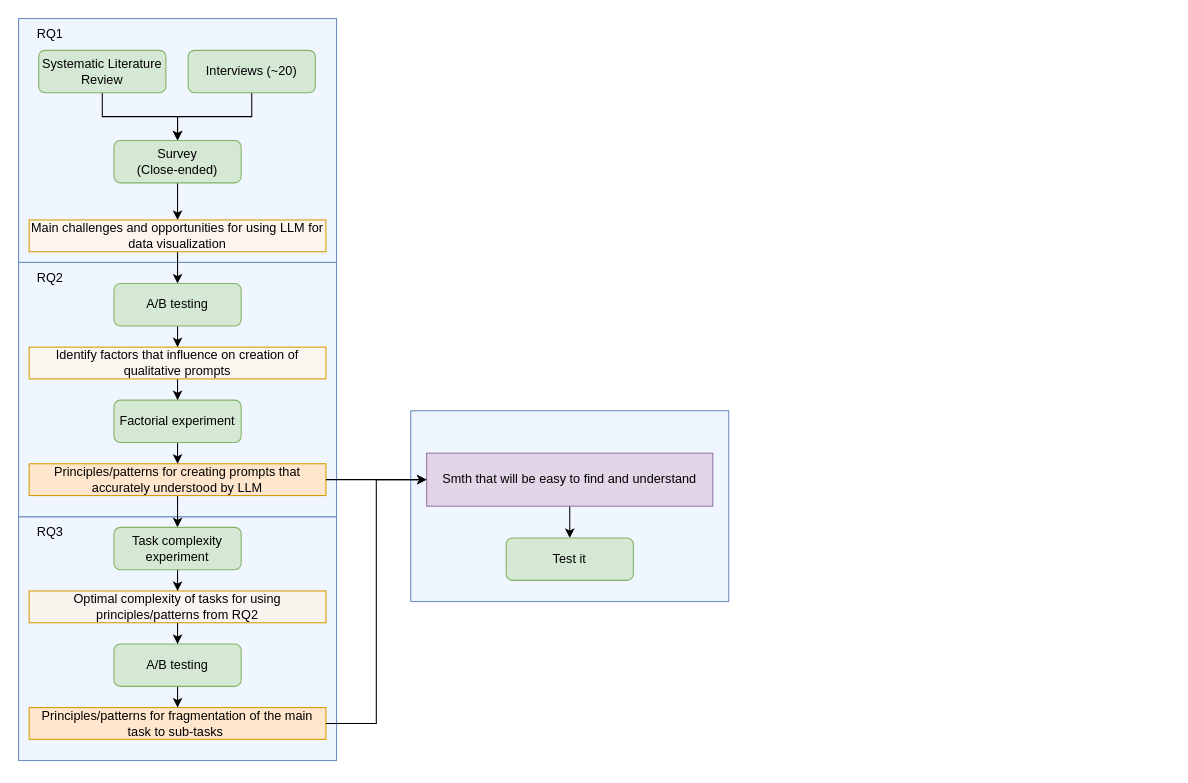
Earlier version of the draw.io diagram methodology.drawio (Olshanskaya/phd-draw-io). Source tidied: cells renumbered, new cells numbered last; positions are measured from the earlier drawing's top-left corner, leaving out a move shared by most shapes. Both pictures are drawn from the tidied source at 106%, with x=0, y=0 at pixel (18, 18).
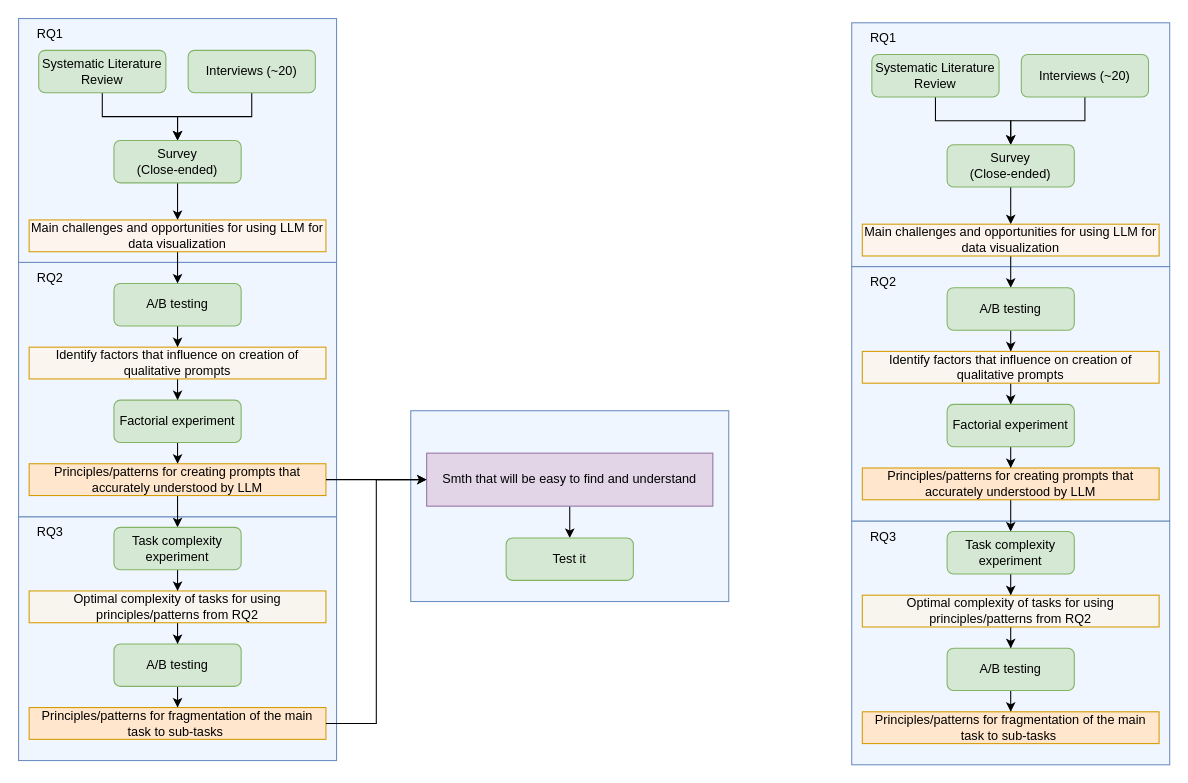
The same page after the edit.

Diff of the diagram source:
```diff
@@
+    <mxCell id="37" style="rounded=0;whiteSpace=wrap;html=1;fillColor=light-dark(#F0F6FF,#F0F6FF);strokeColor=#6c8ebf;" parent="1" vertex="1">
+      <mxGeometry x="786" y="474" width="300" height="230" as="geometry" />
+    </mxCell>
+    <mxCell id="38" style="rounded=0;whiteSpace=wrap;html=1;fillColor=light-dark(#F0F6FF,#F0F6FF);strokeColor=#6c8ebf;" parent="1" vertex="1">
+      <mxGeometry x="786" y="234" width="300" height="240" as="geometry" />
+    </mxCell>
+    <mxCell id="39" style="rounded=0;whiteSpace=wrap;html=1;fillColor=light-dark(#F0F6FF,#F0F6FF);strokeColor=#6c8ebf;" parent="1" vertex="1">
+      <mxGeometry x="786" y="4" width="300" height="230" as="geometry" />
+    </mxCell>
+    <mxCell id="40" style="edgeStyle=orthogonalEdgeStyle;rounded=0;jettySize=auto;html=1;entryX=0.5;entryY=0;entryDx=0;entryDy=0;" parent="1" edge="1" source="41" target="45">
+      <mxGeometry relative="1" as="geometry" />
+    </mxCell>
+    <mxCell id="41" value="Systematic Literature Review" style="rounded=1;whiteSpace=wrap;html=1;fontSize=12;glass=0;strokeWidth=1;shadow=0;fillColor=#d5e8d4;strokeColor=#82b366;" parent="1" vertex="1">
+      <mxGeometry x="805" y="34" width="120" height="40" as="geometry" />
+    </mxCell>
+    <mxCell id="42" style="edgeStyle=orthogonalEdgeStyle;rounded=0;jettySize=auto;html=1;entryX=0.5;entryY=0;entryDx=0;entryDy=0;" parent="1" edge="1" source="43" target="45">
+      <mxGeometry relative="1" as="geometry" />
+    </mxCell>
+    <mxCell id="43" value="Interviews (~20)" style="rounded=1;whiteSpace=wrap;html=1;fontSize=12;glass=0;strokeWidth=1;shadow=0;fillColor=#d5e8d4;strokeColor=#82b366;" parent="1" vertex="1">
+      <mxGeometry x="946" y="34" width="120" height="40" as="geometry" />
+    </mxCell>
+    <mxCell id="44" style="edgeStyle=orthogonalEdgeStyle;rounded=0;jettySize=auto;html=1;" parent="1" edge="1" source="45" target="48">
+      <mxGeometry relative="1" as="geometry" />
+    </mxCell>
+    <mxCell id="45" value="Survey&lt;div&gt;(Close-ended)&lt;/div&gt;" style="rounded=1;whiteSpace=wrap;html=1;fontSize=12;glass=0;strokeWidth=1;shadow=0;fillColor=#d5e8d4;strokeColor=#82b366;" parent="1" vertex="1">
+      <mxGeometry x="876" y="119" width="120" height="40" as="geometry" />
+    </mxCell>
+    <mxCell id="46" value="RQ1" style="text;html=1;align=center;verticalAlign=middle;whiteSpace=wrap;rounded=0;" parent="1" vertex="1">
+      <mxGeometry x="786" y="4" width="60" height="30" as="geometry" />
+    </mxCell>
+    <mxCell id="47" style="edgeStyle=orthogonalEdgeStyle;rounded=0;jettySize=auto;html=1;entryX=0.5;entryY=0;entryDx=0;entryDy=0;" parent="1" edge="1" source="48" target="50">
+      <mxGeometry relative="1" as="geometry" />
+    </mxCell>
+    <mxCell id="48" value="Main challenges and opportunities for using LLM for data visualization" style="rounded=0;whiteSpace=wrap;html=1;fillColor=light-dark(#fdf5ed, #36210a);strokeColor=#d79b00;gradientColor=none;" parent="1" vertex="1">
+      <mxGeometry x="796" y="194" width="280" height="30" as="geometry" />
+    </mxCell>
+    <mxCell id="49" style="edgeStyle=orthogonalEdgeStyle;rounded=0;jettySize=auto;html=1;" parent="1" edge="1" source="50" target="52">
+      <mxGeometry relative="1" as="geometry" />
+    </mxCell>
+    <mxCell id="50" value="A/B testing" style="rounded=1;whiteSpace=wrap;html=1;fontSize=12;glass=0;strokeWidth=1;shadow=0;fillColor=#d5e8d4;strokeColor=#82b366;" parent="1" vertex="1">
+      <mxGeometry x="876" y="254" width="120" height="40" as="geometry" />
+    </mxCell>
+    <mxCell id="51" style="edgeStyle=orthogonalEdgeStyle;rounded=0;jettySize=auto;html=1;" parent="1" edge="1" source="52" target="54">
+      <mxGeometry relative="1" as="geometry" />
+    </mxCell>
+    <mxCell id="52" value="Identify factors that influence on creation of qualitative prompts" style="rounded=0;whiteSpace=wrap;html=1;fillColor=light-dark(#faf5ee, #36210a);strokeColor=#d79b00;" parent="1" vertex="1">
+      <mxGeometry x="796" y="314" width="280" height="30" as="geometry" />
+    </mxCell>
+    <mxCell id="53" style="edgeStyle=orthogonalEdgeStyle;rounded=0;jettySize=auto;html=1;" parent="1" edge="1" source="54" target="56">
+      <mxGeometry relative="1" as="geometry" />
+    </mxCell>
+    <mxCell id="54" value="Factorial experiment" style="rounded=1;whiteSpace=wrap;html=1;fontSize=12;glass=0;strokeWidth=1;shadow=0;fillColor=#d5e8d4;strokeColor=#82b366;" parent="1" vertex="1">
+      <mxGeometry x="876" y="364" width="120" height="40" as="geometry" />
+    </mxCell>
+    <mxCell id="55" style="edgeStyle=orthogonalEdgeStyle;rounded=0;jettySize=auto;html=1;" parent="1" edge="1" source="56" target="59">
+      <mxGeometry relative="1" as="geometry" />
+    </mxCell>
+    <mxCell id="56" value="Principles/patterns for creating prompts that accurately understood by LLM" style="rounded=0;whiteSpace=wrap;html=1;fillColor=#ffe6cc;strokeColor=#d79b00;" parent="1" vertex="1">
+      <mxGeometry x="796" y="424" width="280" height="30" as="geometry" />
+    </mxCell>
+    <mxCell id="57" value="RQ2" style="text;html=1;align=center;verticalAlign=middle;whiteSpace=wrap;rounded=0;" parent="1" vertex="1">
+      <mxGeometry x="786" y="234" width="60" height="30" as="geometry" />
+    </mxCell>
+    <mxCell id="58" style="edgeStyle=orthogonalEdgeStyle;rounded=0;jettySize=auto;html=1;" parent="1" edge="1" source="59" target="61">
+      <mxGeometry relative="1" as="geometry" />
+    </mxCell>
+    <mxCell id="59" value="Task complexity experiment" style="rounded=1;whiteSpace=wrap;html=1;fontSize=12;glass=0;strokeWidth=1;shadow=0;fillColor=#d5e8d4;strokeColor=#82b366;" parent="1" vertex="1">
+      <mxGeometry x="876" y="484" width="120" height="40" as="geometry" />
+    </mxCell>
+    <mxCell id="60" style="edgeStyle=orthogonalEdgeStyle;rounded=0;jettySize=auto;html=1;" parent="1" edge="1" source="61" target="63">
+      <mxGeometry relative="1" as="geometry" />
+    </mxCell>
+    <mxCell id="61" value="Optimal complexity of tasks for using principles/patterns from RQ2" style="rounded=0;whiteSpace=wrap;html=1;fillColor=light-dark(#f8f5ef, #36210a);strokeColor=#d79b00;" parent="1" vertex="1">
+      <mxGeometry x="796" y="544" width="280" height="30" as="geometry" />
+    </mxCell>
+    <mxCell id="62" style="edgeStyle=orthogonalEdgeStyle;rounded=0;jettySize=auto;html=1;" parent="1" edge="1" source="63" target="64">
+      <mxGeometry relative="1" as="geometry" />
+    </mxCell>
+    <mxCell id="63" value="A/B testing" style="rounded=1;whiteSpace=wrap;html=1;fontSize=12;glass=0;strokeWidth=1;shadow=0;fillColor=#d5e8d4;strokeColor=#82b366;" parent="1" vertex="1">
+      <mxGeometry x="876" y="594" width="120" height="40" as="geometry" />
+    </mxCell>
+    <mxCell id="64" value="Principles/patterns for&amp;nbsp;fragmentation of the main task to sub-tasks&amp;nbsp;" style="rounded=0;whiteSpace=wrap;html=1;fillColor=#ffe6cc;strokeColor=#d79b00;" parent="1" vertex="1">
+      <mxGeometry x="796" y="654" width="280" height="30" as="geometry" />
+    </mxCell>
+    <mxCell id="65" value="RQ3" style="text;html=1;align=center;verticalAlign=middle;whiteSpace=wrap;rounded=0;" parent="1" vertex="1">
+      <mxGeometry x="786" y="474" width="60" height="30" as="geometry" />
+    </mxCell>
```
